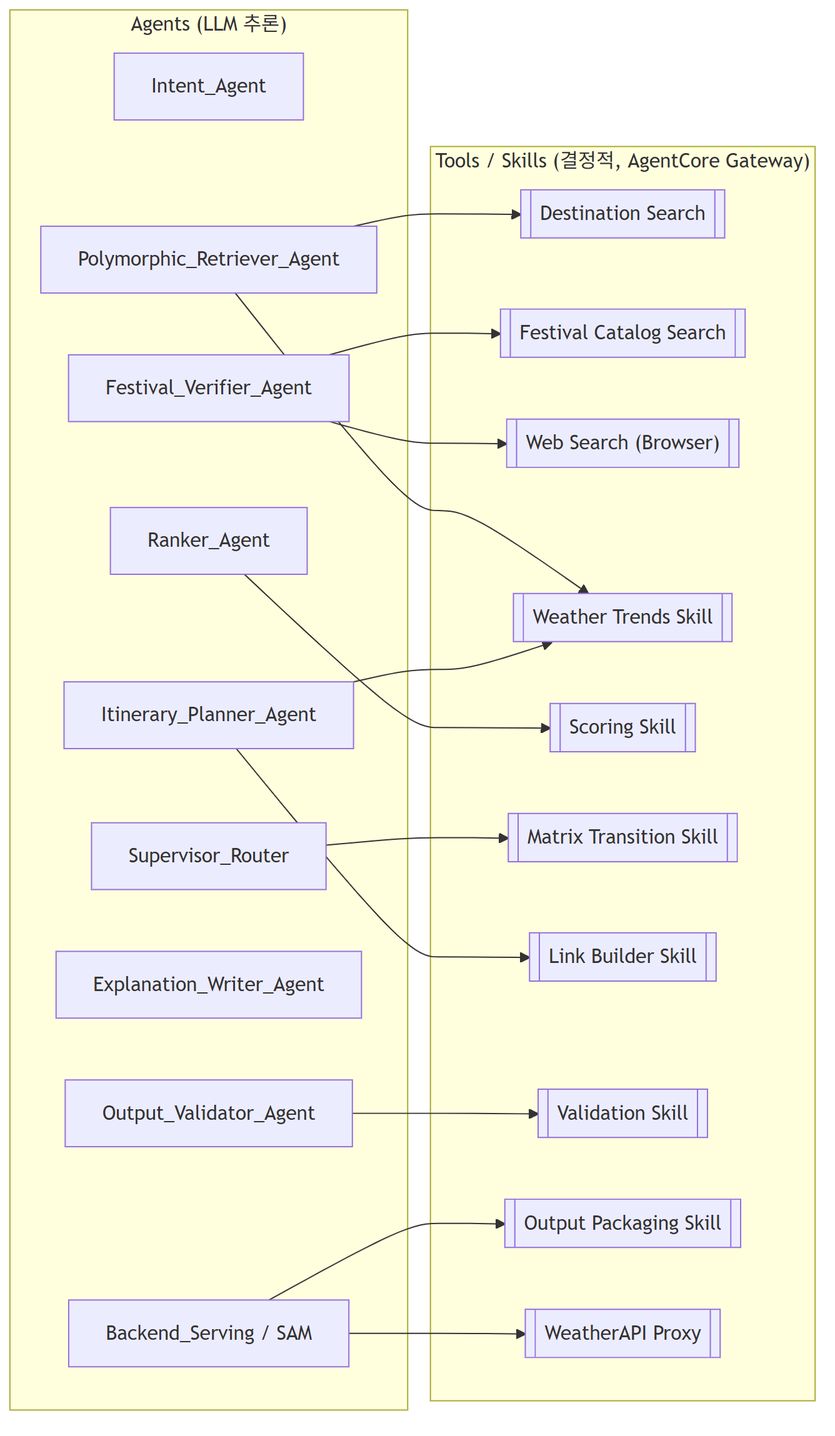
Above: assets/images/mermaid/05-agent-spec-langgraph-flow-03.png in Joraemon-s-Secret-Gadgets/oh_my_documents (Mermaid), before the change. Its source is kept beside it as assets/images/mermaid/05-agent-spec-langgraph-flow-03.mmd. Its diagram source:
```mermaid
graph LR
    subgraph AGENTS["Agents (LLM 추론)"]
        INTENT["Intent_Agent"]
        SUP["Supervisor_Router"]
        RETRIEVER["Polymorphic_Retriever_Agent"]
        FESTIVAL["Festival_Verifier_Agent"]
        RANKER["Ranker_Agent"]
        PLANNER["Itinerary_Planner_Agent"]
        WRITER["Explanation_Writer_Agent"]
        VALAGENT["Output_Validator_Agent"]
        SERVING["Backend_Serving / SAM"]
    end

    subgraph TOOLS["Tools / Skills (결정적, AgentCore Gateway)"]
        DEST[["Destination Search"]]
        FCAT[["Festival Catalog Search"]]
        WSEARCH[["Web Search (Browser)"]]
        WEATHER[["Weather Trends Skill"]]
        SCORE[["Scoring Skill"]]
        MATRIXSK[["Matrix Transition Skill"]]
        LINK[["Link Builder Skill"]]
        VALSK[["Validation Skill"]]
        PACK[["Output Packaging Skill"]]
        WAPI[["WeatherAPI Proxy"]]
    end

    SUP --> MATRIXSK
    RETRIEVER --> DEST
    RETRIEVER --> WEATHER
    FESTIVAL --> FCAT
    FESTIVAL --> WSEARCH
    RANKER --> SCORE
    PLANNER --> LINK
    PLANNER --> WEATHER
    VALAGENT --> VALSK
    SERVING --> PACK
    SERVING --> WAPI
```
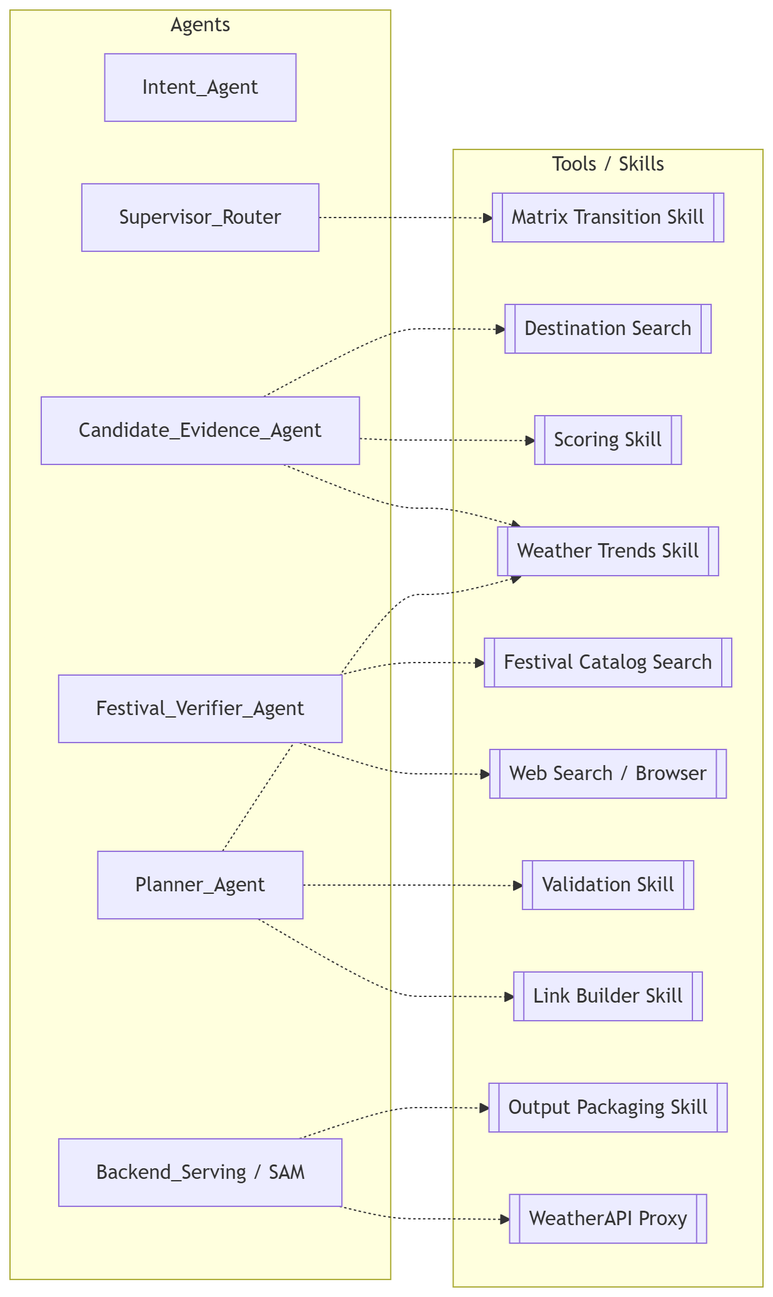
After the change.

Commit message:
docs(agent): update LangGraph flow diagrams

The edit, as a diff of the source:
```diff
@@ -1,37 +1,34 @@
 graph LR
-    subgraph AGENTS["Agents (LLM 추론)"]
+    subgraph AGENTS["Agents"]
         INTENT["Intent_Agent"]
         SUP["Supervisor_Router"]
-        RETRIEVER["Polymorphic_Retriever_Agent"]
+        EVIDENCE["Candidate_Evidence_Agent"]
         FESTIVAL["Festival_Verifier_Agent"]
-        RANKER["Ranker_Agent"]
-        PLANNER["Itinerary_Planner_Agent"]
-        WRITER["Explanation_Writer_Agent"]
-        VALAGENT["Output_Validator_Agent"]
-        SERVING["Backend_Serving / SAM"]
+        PLANNER["Planner_Agent"]
+        SERVE["Backend_Serving / SAM"]
     end
 
-    subgraph TOOLS["Tools / Skills (결정적, AgentCore Gateway)"]
+    subgraph TOOLS["Tools / Skills"]
+        MATRIX[["Matrix Transition Skill"]]
         DEST[["Destination Search"]]
+        SCORE[["Scoring Skill"]]
+        WEATHER[["Weather Trends Skill"]]
         FCAT[["Festival Catalog Search"]]
-        WSEARCH[["Web Search (Browser)"]]
-        WEATHER[["Weather Trends Skill"]]
-        SCORE[["Scoring Skill"]]
-        MATRIXSK[["Matrix Transition Skill"]]
+        WEB[["Web Search / Browser"]]
+        VALID[["Validation Skill"]]
         LINK[["Link Builder Skill"]]
-        VALSK[["Validation Skill"]]
         PACK[["Output Packaging Skill"]]
         WAPI[["WeatherAPI Proxy"]]
     end
 
-    SUP --> MATRIXSK
-    RETRIEVER --> DEST
-    RETRIEVER --> WEATHER
-    FESTIVAL --> FCAT
-    FESTIVAL --> WSEARCH
-    RANKER --> SCORE
-    PLANNER --> LINK
-    PLANNER --> WEATHER
-    VALAGENT --> VALSK
-    SERVING --> PACK
-    SERVING --> WAPI
+    SUP -.-> MATRIX
+    EVIDENCE -.-> DEST
+    EVIDENCE -.-> SCORE
+    EVIDENCE -.-> WEATHER
+    FESTIVAL -.-> FCAT
+    FESTIVAL -.-> WEB
+    PLANNER -.-> VALID
+    PLANNER -.-> LINK
+    PLANNER -.-> WEATHER
+    SERVE -.-> PACK
+    SERVE -.-> WAPI
```
